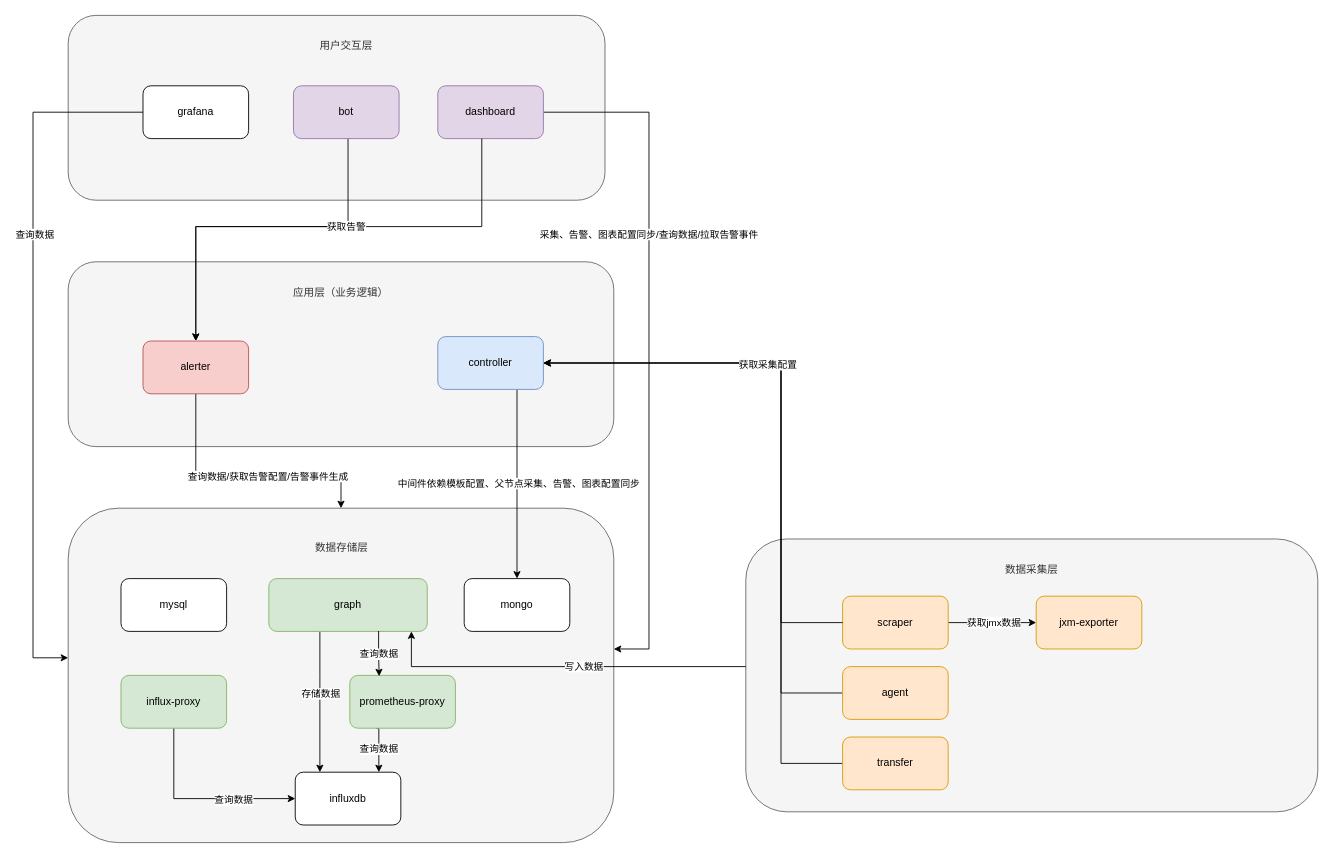
Earlier version of the draw.io diagram polaris分层架构图.drawio (wupei-w/diagrams). Source tidied: cells renumbered, new cells numbered last; positions are measured from the earlier drawing's top-left corner, leaving out a move shared by most shapes. Both pictures are drawn from the tidied source at 88%, with x=0, y=0 at pixel (33, 15).
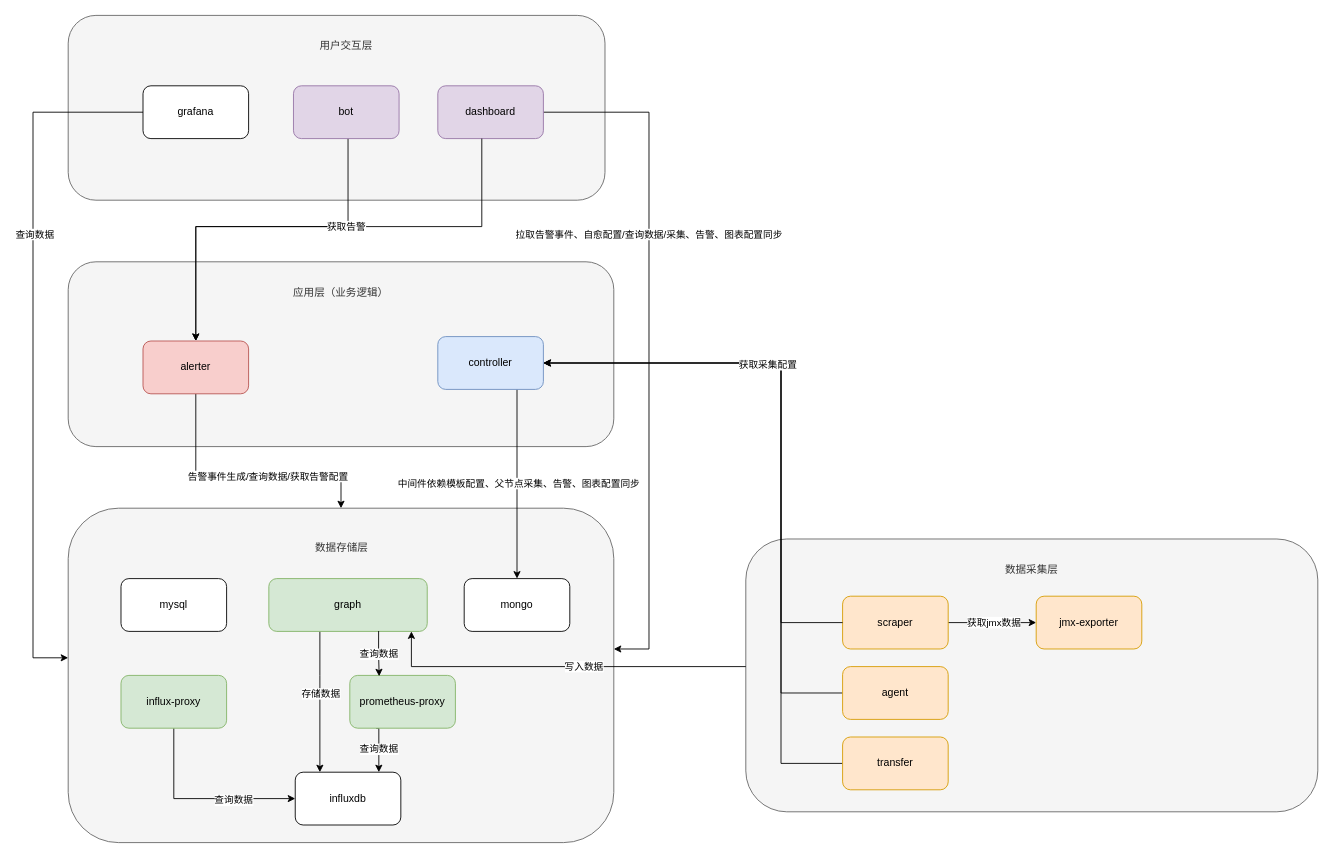
Above is the later version.

Commit message:
更新polaris分层架构图.drawio

Unchanged cells that the change refers to:
```xml
<mxCell id="15" style="edgeStyle=orthogonalEdgeStyle;rounded=0;jettySize=auto;html=1;" parent="1" edge="1" source="17" target="3">
  <mxGeometry relative="1" as="geometry">
    <Array as="points">
      <mxPoint x="185" y="520" />
      <mxPoint x="350" y="520" />
    </Array>
  </mxGeometry>
</mxCell>
<mxCell id="24" style="edgeStyle=orthogonalEdgeStyle;rounded=0;jettySize=auto;html=1;" parent="1" edge="1" source="26">
  <mxGeometry relative="1" as="geometry">
    <mxPoint x="660" y="720" as="targetPoint" />
    <Array as="points">
      <mxPoint x="700" y="110" />
      <mxPoint x="700" y="720" />
    </Array>
  </mxGeometry>
</mxCell>
```

Change to the diagram source:
```diff
@@
-    <mxCell id="16" value="查询数据/获取告警配置/告警事件生成" style="edgeLabel;html=1;align=center;verticalAlign=middle;" parent="15" vertex="1">
+    <mxCell id="16" value="告警事件生成/查询数据/获取告警配置" style="edgeLabel;html=1;align=center;verticalAlign=middle;" parent="15" vertex="1">
       <mxGeometry x="0.16" y="-3" relative="1" as="geometry" />
     </mxCell>
@@
-    <mxCell id="21" value="jxm-exporter" style="rounded=1;whiteSpace=wrap;html=1;fillColor=#ffe6cc;strokeColor=#d79b00;" parent="1" vertex="1">
+    <mxCell id="21" value="jmx-exporter" style="rounded=1;whiteSpace=wrap;html=1;fillColor=#ffe6cc;strokeColor=#d79b00;" parent="1" vertex="1">
       <mxGeometry x="1140" y="660" width="120" height="60" as="geometry" />
     </mxCell>
@@
-    <mxCell id="25" value="采集、告警、图表配置同步/查询数据/拉取告警事件" style="edgeLabel;html=1;align=center;verticalAlign=middle;" parent="24" vertex="1">
+    <mxCell id="25" value="拉取告警事件、自愈配置/查询数据/采集、告警、图表配置同步" style="edgeLabel;html=1;align=center;verticalAlign=middle;" parent="24" vertex="1">
       <mxGeometry x="-0.33" y="-1" relative="1" as="geometry" />
     </mxCell>
```
